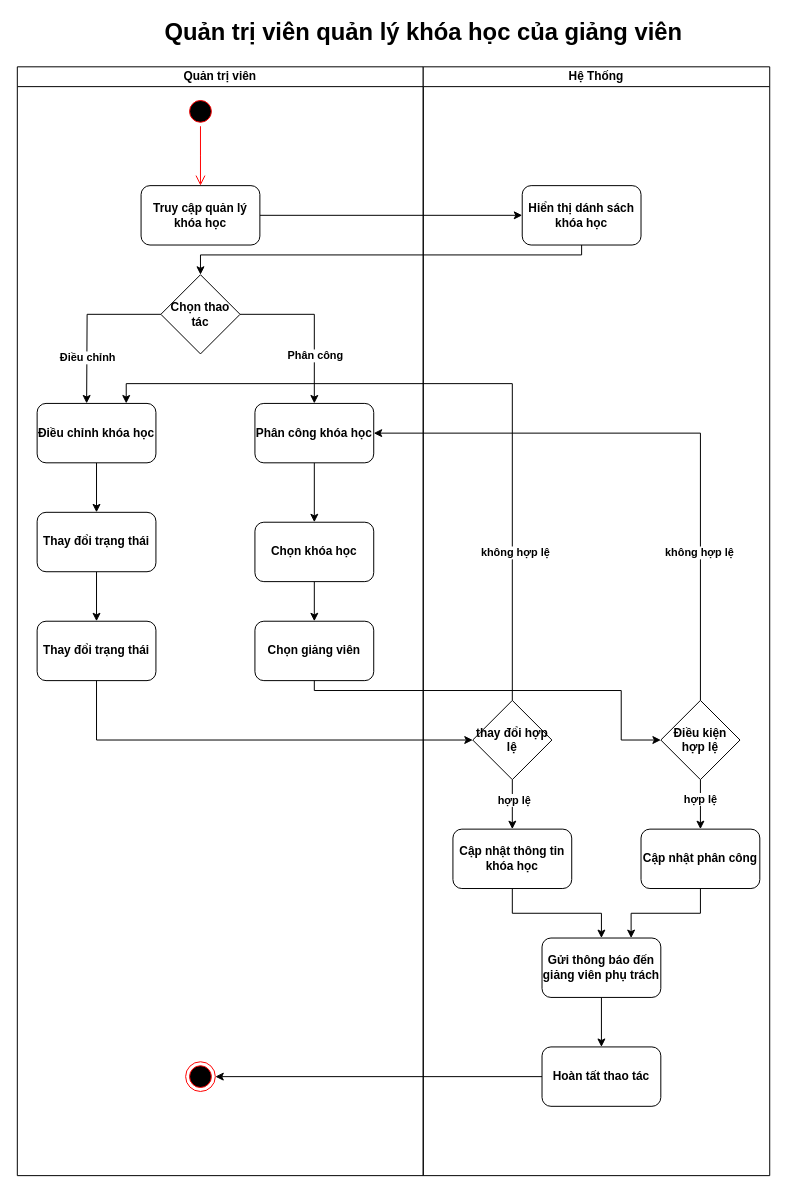
Earlier version of the draw.io diagram document/ActivityDiagram/ManageCourse-Activity.drawio (toniiplaycode/DNC-Learning). Source tidied: cells renumbered, new cells numbered last; positions are measured from the earlier drawing's top-left corner, leaving out a move shared by most shapes. Both pictures are drawn from the tidied source at 99%, with x=0, y=0 at pixel (17, 17).
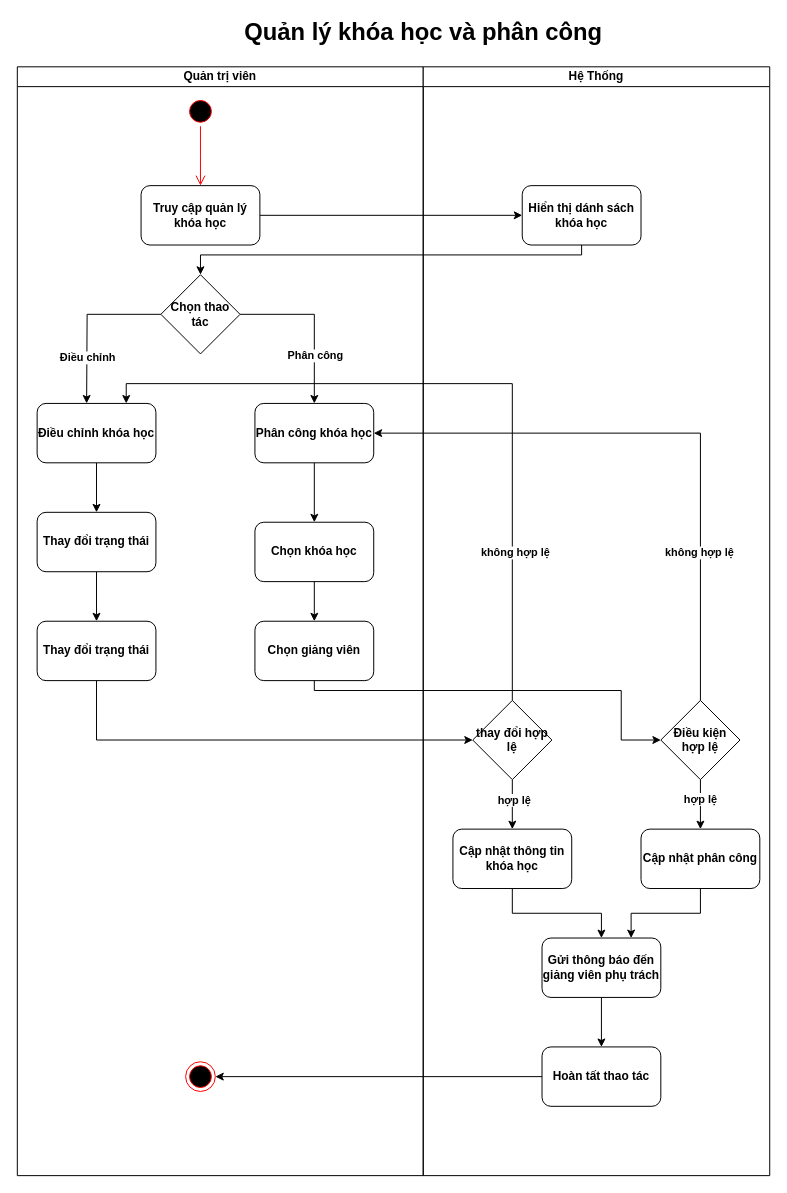
The same diagram, later.

Change to the diagram source:
```diff
@@
-    <mxCell id="36" value="&lt;span style=&quot;font-size: 24px;&quot;&gt;Quản trị viên quản lý khóa học của giảng viên&lt;/span&gt;" style="text;html=1;align=center;verticalAlign=middle;whiteSpace=wrap;rounded=0;fontStyle=1;" parent="1" vertex="1">
+    <mxCell id="36" value="&lt;span style=&quot;font-size: 24px;&quot;&gt;Quản lý khóa học và phân công&lt;/span&gt;" style="text;html=1;align=center;verticalAlign=middle;whiteSpace=wrap;rounded=0;fontStyle=1;" parent="1" vertex="1">
       <mxGeometry x="140" width="541" height="30" as="geometry" />
     </mxCell>
```
